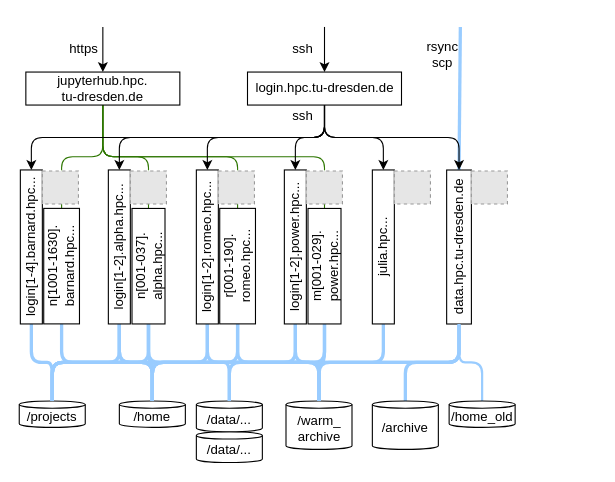
The draw.io diagram doc.zih.tu-dresden.de/docs/jobs_and_resources/misc/architecture_2023.drawio in Servideska/HPC, before the edit. Source tidied: cells renumbered, new cells numbered last; positions are measured from the earlier drawing's top-left corner, leaving out a move shared by most shapes. Both pictures are drawn from the tidied source at 110%, with x=0, y=0 at pixel (-46, 26). Pictures stored in the file or linked from it are replaced by grey dashed boxes.
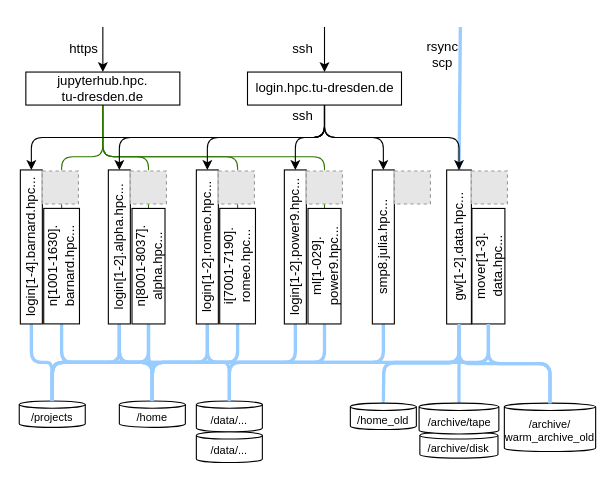
The same page after the edit.

The edit, as a diff of the source:
```diff
@@
+    <mxCell id="77" value="/archive/disk" style="shape=cylinder3;whiteSpace=wrap;html=1;boundedLbl=1;backgroundOutline=1;size=3.3103448275862206;fontSize=10;spacing=0;" parent="1" vertex="1">
+      <mxGeometry x="423.2" y="368" width="71" height="24" as="geometry" />
+    </mxCell>
@@
-    <mxCell id="7" value="/data/..." style="shape=cylinder3;whiteSpace=wrap;html=1;boundedLbl=1;backgroundOutline=1;size=3.3103448275862206;" parent="1" vertex="1">
+    <mxCell id="7" value="/data/..." style="shape=cylinder3;whiteSpace=wrap;html=1;boundedLbl=1;backgroundOutline=1;size=3.3103448275862206;fontSize=10;spacing=0;" parent="1" vertex="1">
       <mxGeometry x="220" y="368" width="60" height="28" as="geometry" />
     </mxCell>
@@
-    <mxCell id="16" value="/projects" style="shape=cylinder3;whiteSpace=wrap;html=1;boundedLbl=1;backgroundOutline=1;size=3.3103448275862206;" parent="1" vertex="1">
+    <mxCell id="16" value="/projects" style="shape=cylinder3;whiteSpace=wrap;html=1;boundedLbl=1;backgroundOutline=1;size=3.3103448275862206;fontSize=10;spacing=0;" parent="1" vertex="1">
       <mxGeometry x="59" y="340" width="60" height="24" as="geometry" />
     </mxCell>
-    <mxCell id="17" value="/home" style="shape=cylinder3;whiteSpace=wrap;html=1;boundedLbl=1;backgroundOutline=1;size=3.3103448275862206;" parent="1" vertex="1">
+    <mxCell id="17" value="/home" style="shape=cylinder3;whiteSpace=wrap;html=1;boundedLbl=1;backgroundOutline=1;size=3.3103448275862206;fontSize=10;spacing=0;" parent="1" vertex="1">
       <mxGeometry x="150" y="340" width="60" height="24" as="geometry" />
     </mxCell>
-    <mxCell id="18" value="/data/..." style="shape=cylinder3;whiteSpace=wrap;html=1;boundedLbl=1;backgroundOutline=1;size=3.3103448275862206;" parent="1" vertex="1">
+    <mxCell id="18" value="/data/..." style="shape=cylinder3;whiteSpace=wrap;html=1;boundedLbl=1;backgroundOutline=1;size=3.3103448275862206;fontSize=10;spacing=0;" parent="1" vertex="1">
       <mxGeometry x="220" y="340" width="60" height="28" as="geometry" />
     </mxCell>
-    <mxCell id="19" value="/warm_&lt;br&gt;archive" style="shape=cylinder3;whiteSpace=wrap;html=1;boundedLbl=1;backgroundOutline=1;size=3.3103448275862206;" parent="1" vertex="1">
-      <mxGeometry x="301.5" y="340" width="60" height="44" as="geometry" />
+    <mxCell id="19" value="&lt;font style=&quot;font-size: 10px;&quot;&gt;/archive/&lt;br style=&quot;font-size: 10px;&quot;&gt;warm_archive_old&lt;/font&gt;" style="shape=cylinder3;whiteSpace=wrap;html=1;boundedLbl=1;backgroundOutline=1;size=3.3103448275862206;fontSize=10;spacing=0;" parent="1" vertex="1">
+      <mxGeometry x="500" y="342" width="83" height="44" as="geometry" />
     </mxCell>
@@
-    <mxCell id="22" value="data.hpc.tu-dresden.de" style="rounded=0;whiteSpace=wrap;html=1;rotation=-90;" parent="1" vertex="1">
+    <mxCell id="22" value="gw[1-2].data.hpc..." style="rounded=0;whiteSpace=wrap;html=1;rotation=-90;" parent="1" vertex="1">
       <mxGeometry x="388.8" y="188.8" width="140" height="22.5" as="geometry" />
     </mxCell>
@@
-    <mxCell id="33" style="edgeStyle=orthogonalEdgeStyle;rounded=1;jettySize=auto;html=1;exitX=0;exitY=0.5;exitDx=0;exitDy=0;strokeWidth=3;endArrow=none;endFill=0;strokeColor=#99CCFF;" parent="1" edge="1" source="34" target="19">
-      <mxGeometry relative="1" as="geometry" />
-    </mxCell>
-    <mxCell id="34" value="login[1-2].power.hpc..." style="rounded=0;whiteSpace=wrap;html=1;rotation=-90;" parent="1" vertex="1">
+    <mxCell id="34" value="login[1-2].power9.hpc..." style="rounded=0;whiteSpace=wrap;html=1;rotation=-90;" parent="1" vertex="1">
       <mxGeometry x="240" y="190" width="140" height="20" as="geometry" />
     </mxCell>
@@
-    <mxCell id="36" value="julia.hpc..." style="rounded=0;whiteSpace=wrap;html=1;rotation=-90;" parent="1" vertex="1">
+    <mxCell id="36" value="smp8.julia.hpc..." style="rounded=0;whiteSpace=wrap;html=1;rotation=-90;" parent="1" vertex="1">
       <mxGeometry x="320" y="190" width="140" height="20" as="geometry" />
     </mxCell>
@@
-    <mxCell id="38" style="edgeStyle=orthogonalEdgeStyle;rounded=1;jettySize=auto;html=1;exitX=0;exitY=0.5;exitDx=0;exitDy=0;strokeWidth=3;endArrow=none;endFill=0;strokeColor=#99CCFF;" parent="1" edge="1" source="40" target="19">
-      <mxGeometry relative="1" as="geometry" />
-    </mxCell>
@@
-    <mxCell id="40" value="n[001-037].&lt;br&gt;alpha.hpc..." style="rounded=0;whiteSpace=wrap;html=1;rotation=-90;" parent="1" vertex="1">
+    <mxCell id="40" value="n[8001-8037].&lt;br&gt;alpha.hpc..." style="rounded=0;whiteSpace=wrap;html=1;rotation=-90;" parent="1" vertex="1">
       <mxGeometry x="124" y="202.5" width="105" height="30" as="geometry" />
     </mxCell>
@@
-    <mxCell id="44" style="edgeStyle=orthogonalEdgeStyle;rounded=1;jettySize=auto;html=1;exitX=0;exitY=0.5;exitDx=0;exitDy=0;entryX=0.5;entryY=0;entryDx=0;entryDy=0;entryPerimeter=0;strokeWidth=3;endArrow=none;endFill=0;strokeColor=#99CCFF;" parent="1" edge="1" source="45" target="19">
-      <mxGeometry relative="1" as="geometry" />
-    </mxCell>
-    <mxCell id="45" value="m[001-029].&lt;br&gt;power.hpc..." style="rounded=0;whiteSpace=wrap;html=1;rotation=-90;" parent="1" vertex="1">
+    <mxCell id="45" value="ml[1-029].&lt;br&gt;power9.hpc..." style="rounded=0;whiteSpace=wrap;html=1;rotation=-90;" parent="1" vertex="1">
       <mxGeometry x="284" y="202.5" width="105" height="30" as="geometry" />
     </mxCell>
-    <mxCell id="46" style="edgeStyle=orthogonalEdgeStyle;rounded=1;jettySize=auto;html=1;exitX=0;exitY=0.5;exitDx=0;exitDy=0;strokeWidth=3;endArrow=none;endFill=0;strokeColor=#99CCFF;" parent="1" edge="1" source="48" target="19">
-      <mxGeometry relative="1" as="geometry" />
-    </mxCell>
@@
-    <mxCell id="48" value="r[001-190].&lt;br&gt;romeo.hpc..." style="rounded=0;whiteSpace=wrap;html=1;rotation=-90;" parent="1" vertex="1">
+    <mxCell id="48" value="i[7001-7190].&lt;br&gt;romeo.hpc..." style="rounded=0;whiteSpace=wrap;html=1;rotation=-90;" parent="1" vertex="1">
       <mxGeometry x="205" y="201.2" width="105" height="32.5" as="geometry" />
     </mxCell>
@@
-    <mxCell id="74" value="/archive" style="shape=cylinder3;whiteSpace=wrap;html=1;boundedLbl=1;backgroundOutline=1;size=3.3103448275862206;" parent="1" vertex="1">
-      <mxGeometry x="380" y="340" width="60" height="44" as="geometry" />
+    <mxCell id="74" value="/archive/tape" style="shape=cylinder3;whiteSpace=wrap;html=1;boundedLbl=1;backgroundOutline=1;size=3.3103448275862206;fontSize=10;spacing=0;" parent="1" vertex="1">
+      <mxGeometry x="422.5" y="342" width="72.5" height="28" as="geometry" />
     </mxCell>
@@
-    <mxCell id="76" value="/home_old" style="shape=cylinder3;whiteSpace=wrap;html=1;boundedLbl=1;backgroundOutline=1;size=3.3103448275862206;" parent="1" vertex="1">
-      <mxGeometry x="449.8" y="340" width="60" height="24" as="geometry" />
+    <mxCell id="76" value="/home_old" style="shape=cylinder3;whiteSpace=wrap;html=1;boundedLbl=1;backgroundOutline=1;size=3.3103448275862206;fontSize=10;spacing=0;" parent="1" vertex="1">
+      <mxGeometry x="360" y="342" width="60" height="24" as="geometry" />
     </mxCell>
+    <mxCell id="78" value="mover[1-3].&lt;br&gt;data.hpc..." style="rounded=0;whiteSpace=wrap;html=1;rotation=-90;" parent="1" vertex="1">
+      <mxGeometry x="433" y="202.5" width="105" height="30" as="geometry" />
+    </mxCell>
+    <mxCell id="79" style="edgeStyle=orthogonalEdgeStyle;rounded=1;jettySize=auto;html=1;strokeWidth=3;endArrow=none;endFill=0;strokeColor=#99CCFF;exitX=0;exitY=0.5;exitDx=0;exitDy=0;entryX=0.5;entryY=0;entryDx=0;entryDy=0;entryPerimeter=0;" parent="1" edge="1" source="78" target="19">
+      <mxGeometry relative="1" as="geometry" />
+    </mxCell>
+    <mxCell id="80" style="edgeStyle=orthogonalEdgeStyle;rounded=1;jettySize=auto;html=1;strokeWidth=3;endArrow=none;endFill=0;strokeColor=#99CCFF;exitX=0;exitY=0.5;exitDx=0;exitDy=0;" parent="1" edge="1" source="78">
+      <mxGeometry relative="1" as="geometry">
+        <mxPoint x="390" y="340" as="targetPoint" />
+      </mxGeometry>
+    </mxCell>
```
